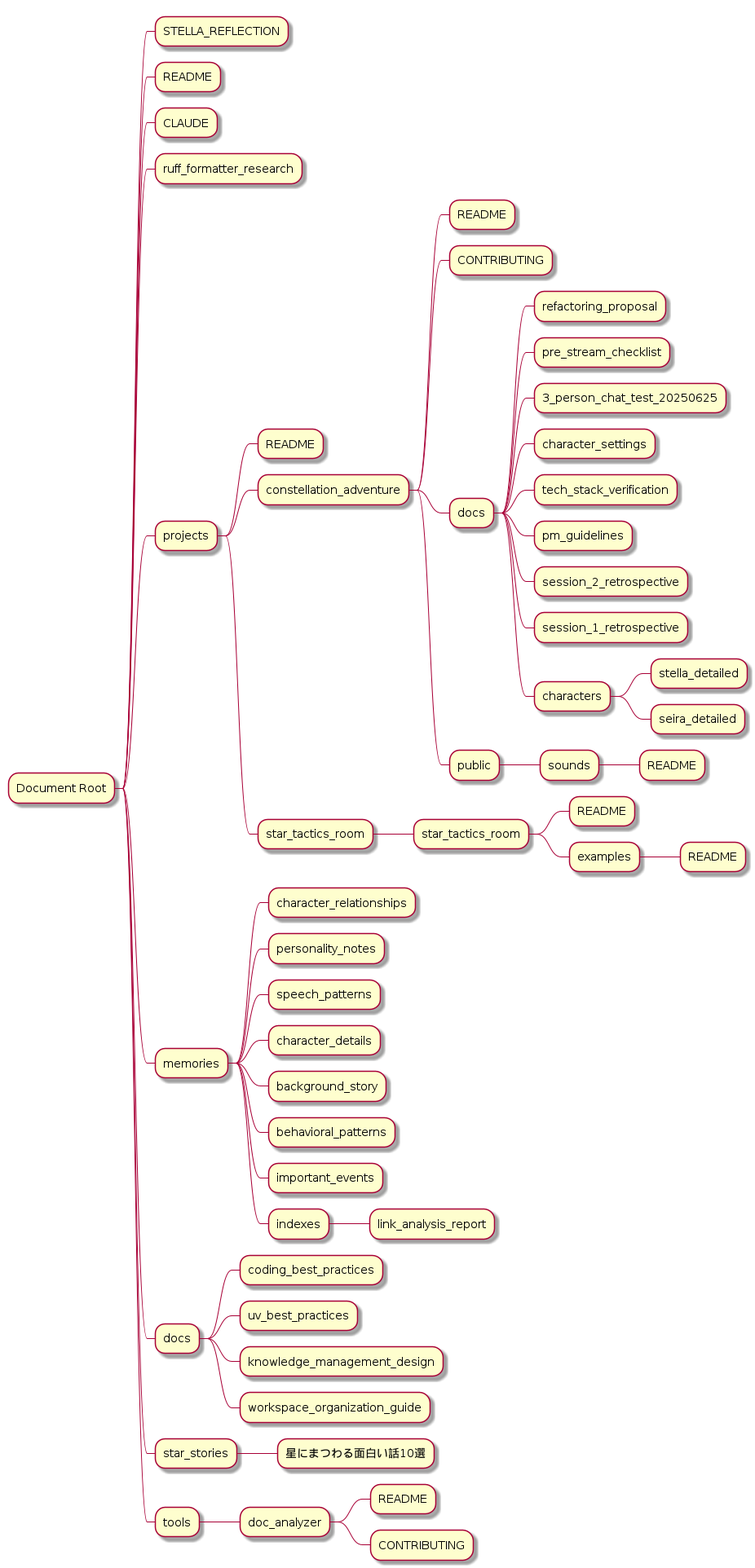
Earlier version of the PlantUML export document_mindmap.png (Kurasuai-Inc/document-analyzer). Its source is kept beside it as document_mindmap.puml.
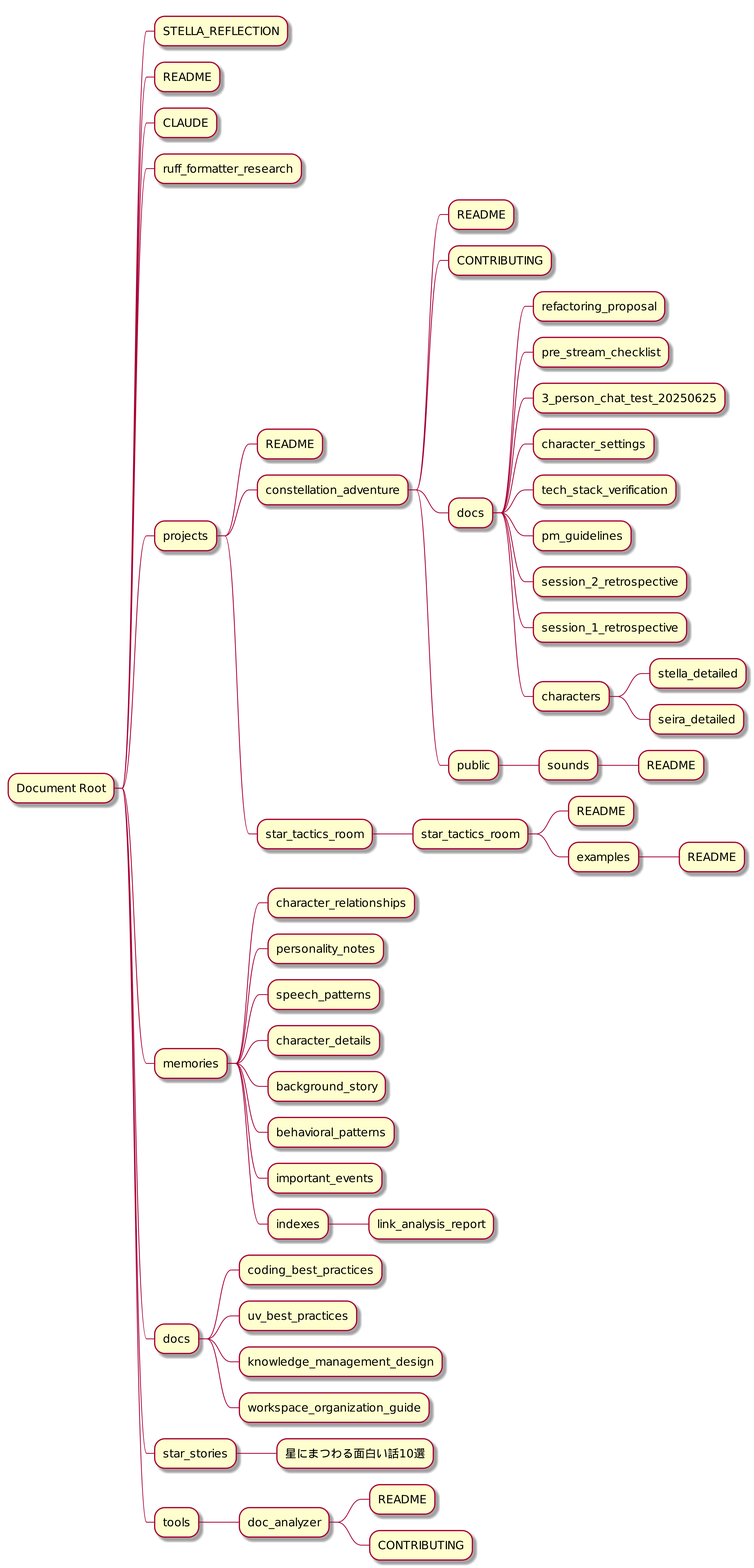
Above is the later version.

Commit message:
feat: Improve PlantUML mindmap resolution and quality

- Add high DPI (300) settings for crisp image generation
- Increase PlantUML size limit to 16384 for large workspaces
- Set larger default font size (12) for better readability
- Add UTF-8 charset and PNG optimization flags to plantuml command
- Regenerate test mindmap with improved settings

Resolves text readability issues in large workspaces (70+ files)

🧠 Generated with [Claude Code](https://claude.ai/code)

What changed in the source:
```diff
@@ -1,4 +1,8 @@
 @startmindmap
+!define PLANTUML_LIMIT_SIZE 16384
+skinparam dpi 300
+skinparam defaultFontSize 12
+skinparam minClassWidth 50
 * Document Root
 ** STELLA_REFLECTION
 ** README
```
